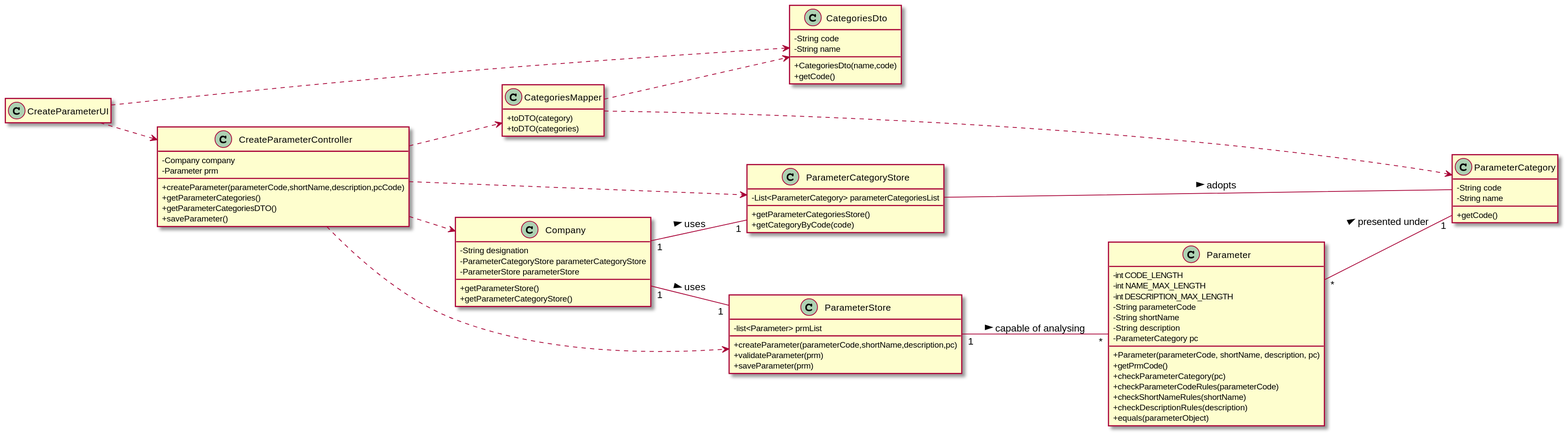
The PlantUML diagram docs/SprintB/US_10/US010_CD.svg in ana-albergaria/LAPR2-ISEP, before a commit.
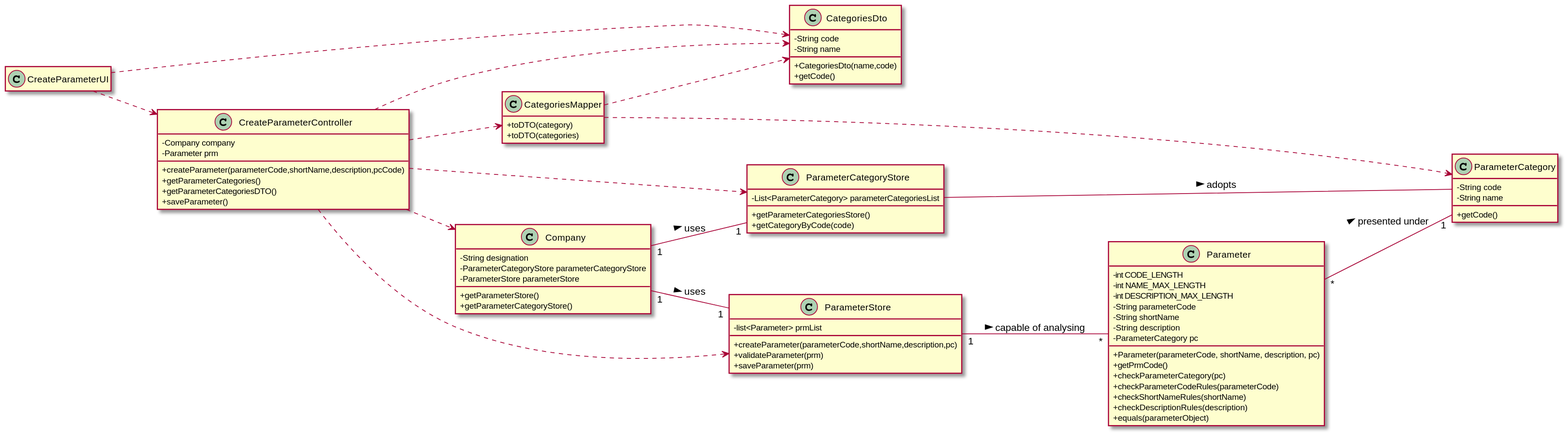
The same file after the commit.

The edit, as a diff of the source:
```diff
@@ -80,6 +80,7 @@
 CategoriesMapper ..> ParameterCategory
 CategoriesMapper ..> CategoriesDto
 CreateParameterUI ..> CategoriesDto
+CreateParameterController ..> CategoriesDto
 ParameterCategoryStore -- ParameterCategory : adopts >
 Company "1" -- "1" ParameterCategoryStore : uses >
 Company "1" -- "1" ParameterStore : uses >
```
